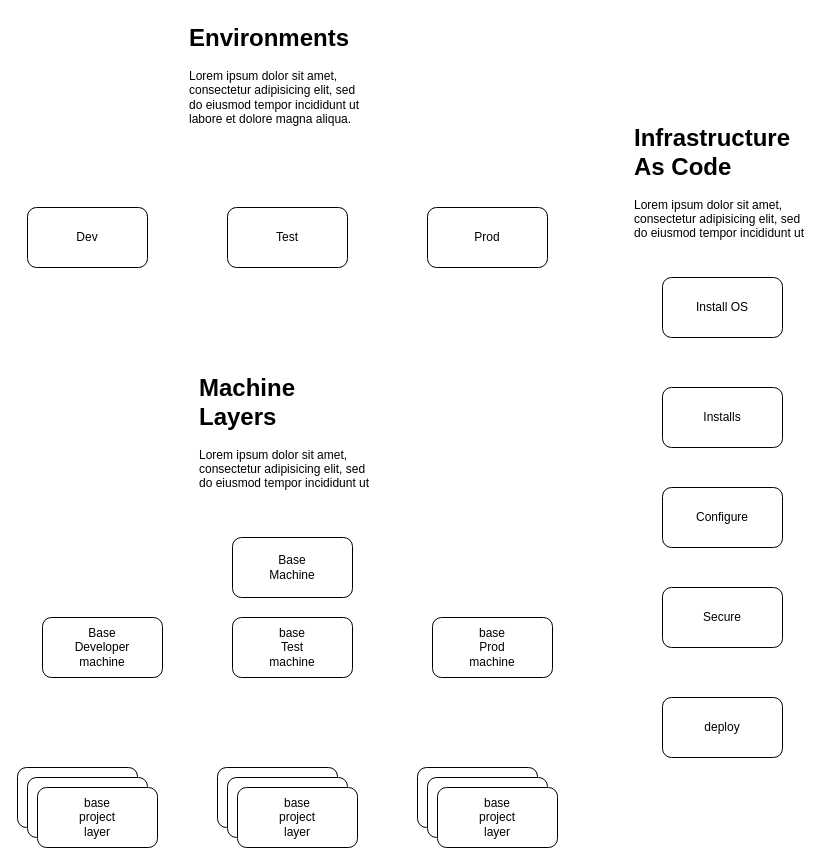
Before: src/Docs/DesignThoughts/ci-cd/SystemsSetup40Kview.drawio in clockworksspheres/ramdisk, a draw.io diagram. Source tidied: cells renumbered, new cells numbered last; positions are measured from the earlier drawing's top-left corner, leaving out a move shared by most shapes. Both pictures are drawn from the tidied source at 100%, with x=0, y=0 at pixel (17, 17).
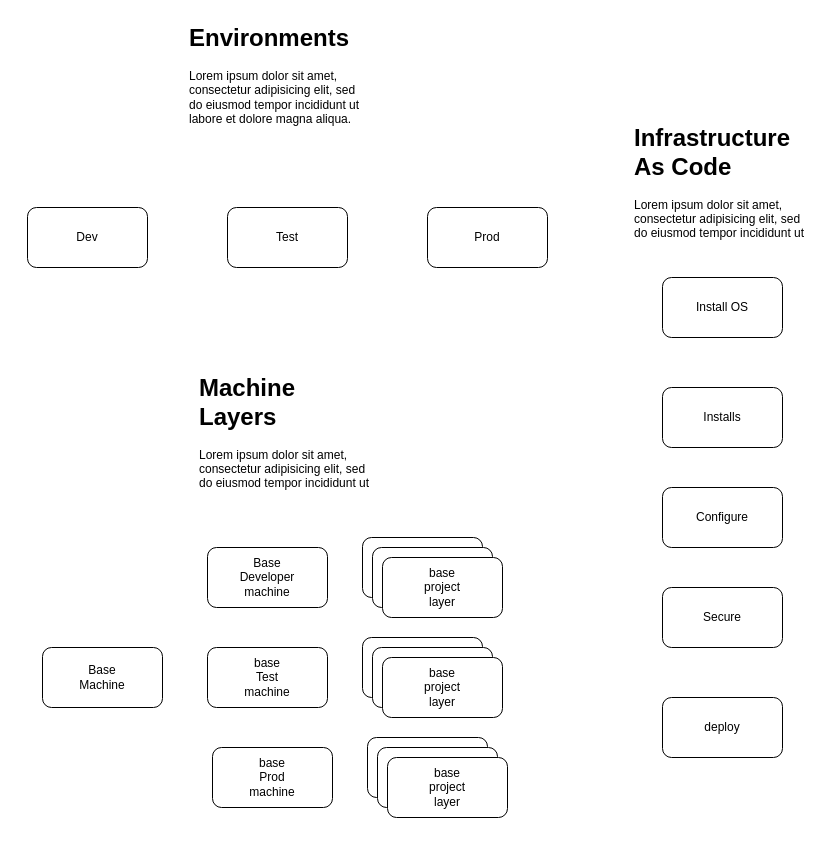
After the change.

Commit message (it also covers changes not shown here):
modding systemsetup40kview

What changed in the source:
```diff
@@
     <mxCell id="9" value="Base&lt;div&gt;Developer&lt;div&gt;machine&lt;/div&gt;&lt;/div&gt;" style="rounded=1;whiteSpace=wrap;html=1;" parent="1" vertex="1">
-      <mxGeometry x="25" y="600" width="120" height="60" as="geometry" />
+      <mxGeometry x="190" y="530" width="120" height="60" as="geometry" />
     </mxCell>
     <mxCell id="10" value="base&lt;div&gt;Test&lt;/div&gt;&lt;div&gt;machine&lt;/div&gt;" style="rounded=1;whiteSpace=wrap;html=1;" parent="1" vertex="1">
-      <mxGeometry x="215" y="600" width="120" height="60" as="geometry" />
+      <mxGeometry x="190" y="630" width="120" height="60" as="geometry" />
     </mxCell>
     <mxCell id="11" value="base&lt;div&gt;Prod&lt;/div&gt;&lt;div&gt;machine&lt;/div&gt;" style="rounded=1;whiteSpace=wrap;html=1;" parent="1" vertex="1">
-      <mxGeometry x="415" y="600" width="120" height="60" as="geometry" />
+      <mxGeometry x="195" y="730" width="120" height="60" as="geometry" />
     </mxCell>
-    <mxCell id="12" style="rounded=1;whiteSpace=wrap;html=1;" parent="1" vertex="1">
-      <mxGeometry y="750" width="120" height="60" as="geometry" />
-    </mxCell>
-    <mxCell id="13" style="rounded=1;whiteSpace=wrap;html=1;" parent="1" vertex="1">
-      <mxGeometry x="10" y="760" width="120" height="60" as="geometry" />
-    </mxCell>
-    <mxCell id="14" value="base&lt;div&gt;project&lt;/div&gt;&lt;div&gt;layer&lt;/div&gt;" style="rounded=1;whiteSpace=wrap;html=1;" parent="1" vertex="1">
-      <mxGeometry x="20" y="770" width="120" height="60" as="geometry" />
-    </mxCell>
-    <mxCell id="15" style="rounded=1;whiteSpace=wrap;html=1;" parent="1" vertex="1">
-      <mxGeometry x="200" y="750" width="120" height="60" as="geometry" />
-    </mxCell>
-    <mxCell id="16" style="rounded=1;whiteSpace=wrap;html=1;" parent="1" vertex="1">
-      <mxGeometry x="210" y="760" width="120" height="60" as="geometry" />
-    </mxCell>
-    <mxCell id="17" value="base&lt;div&gt;project&lt;/div&gt;&lt;div&gt;layer&lt;/div&gt;" style="rounded=1;whiteSpace=wrap;html=1;" parent="1" vertex="1">
-      <mxGeometry x="220" y="770" width="120" height="60" as="geometry" />
-    </mxCell>
     <mxCell id="18" style="rounded=1;whiteSpace=wrap;html=1;" parent="1" vertex="1">
-      <mxGeometry x="400" y="750" width="120" height="60" as="geometry" />
+      <mxGeometry x="345" y="620" width="120" height="60" as="geometry" />
     </mxCell>
     <mxCell id="19" style="rounded=1;whiteSpace=wrap;html=1;" parent="1" vertex="1">
-      <mxGeometry x="410" y="760" width="120" height="60" as="geometry" />
+      <mxGeometry x="355" y="630" width="120" height="60" as="geometry" />
     </mxCell>
     <mxCell id="20" value="base&lt;div&gt;project&lt;/div&gt;&lt;div&gt;layer&lt;/div&gt;" style="rounded=1;whiteSpace=wrap;html=1;" parent="1" vertex="1">
-      <mxGeometry x="420" y="770" width="120" height="60" as="geometry" />
+      <mxGeometry x="365" y="640" width="120" height="60" as="geometry" />
     </mxCell>
@@
     <mxCell id="22" value="Base&lt;div&gt;Machine&lt;/div&gt;" style="rounded=1;whiteSpace=wrap;html=1;" parent="1" vertex="1">
-      <mxGeometry x="215" y="520" width="120" height="60" as="geometry" />
+      <mxGeometry x="25" y="630" width="120" height="60" as="geometry" />
     </mxCell>
@@
+    <mxCell id="26" style="rounded=1;whiteSpace=wrap;html=1;" parent="1" vertex="1">
+      <mxGeometry x="345" y="520" width="120" height="60" as="geometry" />
+    </mxCell>
+    <mxCell id="27" style="rounded=1;whiteSpace=wrap;html=1;" parent="1" vertex="1">
+      <mxGeometry x="355" y="530" width="120" height="60" as="geometry" />
+    </mxCell>
+    <mxCell id="28" value="base&lt;div&gt;project&lt;/div&gt;&lt;div&gt;layer&lt;/div&gt;" style="rounded=1;whiteSpace=wrap;html=1;" parent="1" vertex="1">
+      <mxGeometry x="365" y="540" width="120" height="60" as="geometry" />
+    </mxCell>
+    <mxCell id="29" style="rounded=1;whiteSpace=wrap;html=1;" parent="1" vertex="1">
+      <mxGeometry x="350" y="720" width="120" height="60" as="geometry" />
+    </mxCell>
+    <mxCell id="30" style="rounded=1;whiteSpace=wrap;html=1;" parent="1" vertex="1">
+      <mxGeometry x="360" y="730" width="120" height="60" as="geometry" />
+    </mxCell>
+    <mxCell id="31" value="base&lt;div&gt;project&lt;/div&gt;&lt;div&gt;layer&lt;/div&gt;" style="rounded=1;whiteSpace=wrap;html=1;" parent="1" vertex="1">
+      <mxGeometry x="370" y="740" width="120" height="60" as="geometry" />
+    </mxCell>
```
